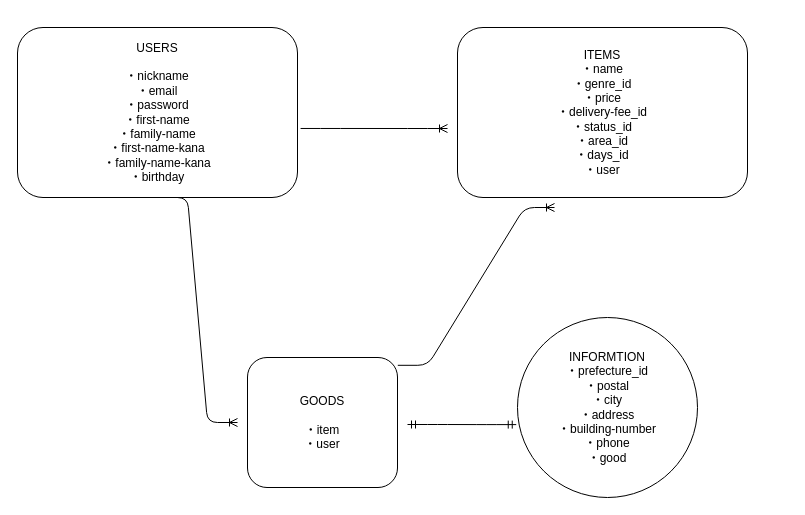
This is furima_app.drawio from shimo0321yuki/furima-28882, a draw.io file, before an edit. Source tidied: cells renumbered, new cells numbered last; positions are measured from the earlier drawing's top-left corner, leaving out a move shared by most shapes. Both pictures are drawn from the tidied source at 100%, with x=0, y=0 at pixel (17, 27).
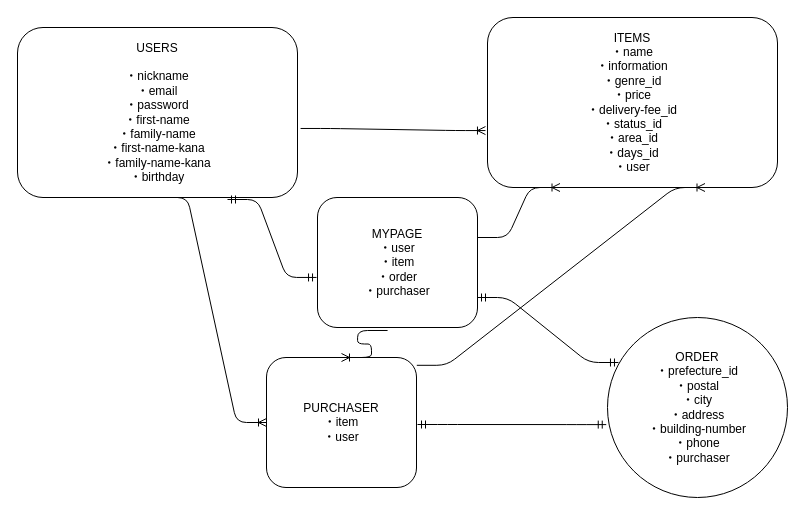
The same diagram, later.

Commit message:
furima_app.drawio を更新します

The edit, as a diff of the source:
```diff
@@
 <mxGraphModel>
   <root>
     <mxCell id="0" />
     <mxCell id="1" parent="0" />
-    <mxCell id="2" value="ITEMS&lt;br&gt;・name&lt;br&gt;・genre_id&lt;br&gt;・price&lt;br&gt;・delivery-fee_id&lt;br&gt;・status_id&lt;br&gt;・area_id&lt;br&gt;・days_id&lt;br&gt;・user" style="rounded=1;whiteSpace=wrap;html=1;" parent="1" vertex="1">
-      <mxGeometry x="440" width="290" height="170" as="geometry" />
+    <mxCell id="2" value="ITEMS&lt;br&gt;・name&lt;br&gt;・information&lt;br&gt;・genre_id&lt;br&gt;・price&lt;br&gt;・delivery-fee_id&lt;br&gt;・status_id&lt;br&gt;・area_id&lt;br&gt;・days_id&lt;br&gt;・user" style="rounded=1;whiteSpace=wrap;html=1;" parent="1" vertex="1">
+      <mxGeometry x="470" y="-10" width="290" height="170" as="geometry" />
     </mxCell>
     <mxCell id="3" value="USERS&lt;br&gt;&lt;br&gt;・nickname&lt;br&gt;・email&lt;br&gt;・password&lt;br&gt;・first-name&lt;br&gt;・family-name&lt;br&gt;・first-name-kana&lt;br&gt;・family-name-kana&lt;br&gt;・birthday" style="rounded=1;whiteSpace=wrap;html=1;" parent="1" vertex="1">
       <mxGeometry width="280" height="170" as="geometry" />
     </mxCell>
-    <mxCell id="4" value="INFORMTION&lt;br&gt;・prefecture_id&lt;br&gt;・postal&lt;br&gt;・city&lt;br&gt;・address&lt;br&gt;・building-number&lt;br&gt;・phone&lt;br&gt;・good" style="ellipse;whiteSpace=wrap;html=1;" parent="1" vertex="1">
-      <mxGeometry x="500" y="290" width="180" height="180" as="geometry" />
+    <mxCell id="4" value="ORDER&lt;br&gt;・prefecture_id&lt;br&gt;・postal&lt;br&gt;・city&lt;br&gt;・address&lt;br&gt;・building-number&lt;br&gt;・phone&lt;br&gt;・purchaser" style="ellipse;whiteSpace=wrap;html=1;" parent="1" vertex="1">
+      <mxGeometry x="590" y="290" width="180" height="180" as="geometry" />
     </mxCell>
-    <mxCell id="5" value="GOODS&lt;br&gt;&lt;br&gt;・item&lt;br&gt;・user" style="rounded=1;whiteSpace=wrap;html=1;" parent="1" vertex="1">
-      <mxGeometry x="230" y="330" width="150" height="130" as="geometry" />
+    <mxCell id="5" value="PURCHASER&lt;br&gt;・item&lt;br&gt;・user" style="rounded=1;whiteSpace=wrap;html=1;" parent="1" vertex="1">
+      <mxGeometry x="249" y="330" width="150" height="130" as="geometry" />
     </mxCell>
-    <mxCell id="6" style="edgeStyle=entityRelationEdgeStyle;fontSize=12;html=1;endArrow=ERoneToMany;exitX=1.011;exitY=0.594;exitDx=0;exitDy=0;exitPerimeter=0;" parent="1" edge="1" source="3">
-      <mxGeometry relative="1" as="geometry">
-        <mxPoint x="430" y="101" as="targetPoint" />
-      </mxGeometry>
+    <mxCell id="6" style="edgeStyle=entityRelationEdgeStyle;fontSize=12;html=1;endArrow=ERoneToMany;exitX=1.011;exitY=0.594;exitDx=0;exitDy=0;exitPerimeter=0;entryX=-0.007;entryY=0.665;entryDx=0;entryDy=0;entryPerimeter=0;" parent="1" edge="1" source="3" target="2">
+      <mxGeometry relative="1" as="geometry" />
     </mxCell>
     <mxCell id="7" style="edgeStyle=entityRelationEdgeStyle;fontSize=12;html=1;endArrow=ERmandOne;startArrow=ERmandOne;entryX=-0.007;entryY=0.595;entryDx=0;entryDy=0;entryPerimeter=0;" parent="1" edge="1" target="4">
       <mxGeometry relative="1" as="geometry">
-        <mxPoint x="390" y="397" as="sourcePoint" />
+        <mxPoint x="400" y="397" as="sourcePoint" />
       </mxGeometry>
     </mxCell>
-    <mxCell id="8" style="edgeStyle=entityRelationEdgeStyle;fontSize=12;html=1;endArrow=ERoneToMany;exitX=0.5;exitY=1;exitDx=0;exitDy=0;" parent="1" edge="1" source="3">
-      <mxGeometry relative="1" as="geometry">
-        <mxPoint x="220" y="395" as="targetPoint" />
-      </mxGeometry>
+    <mxCell id="8" style="edgeStyle=entityRelationEdgeStyle;fontSize=12;html=1;endArrow=ERoneToMany;exitX=0.5;exitY=1;exitDx=0;exitDy=0;entryX=0;entryY=0.5;entryDx=0;entryDy=0;" parent="1" edge="1" source="3" target="5">
+      <mxGeometry relative="1" as="geometry" />
     </mxCell>
-    <mxCell id="9" style="edgeStyle=entityRelationEdgeStyle;fontSize=12;html=1;endArrow=ERoneToMany;exitX=1.002;exitY=0.06;exitDx=0;exitDy=0;exitPerimeter=0;" parent="1" edge="1" source="5">
-      <mxGeometry relative="1" as="geometry">
-        <mxPoint x="537" y="180" as="targetPoint" />
-      </mxGeometry>
+    <mxCell id="9" style="edgeStyle=entityRelationEdgeStyle;fontSize=12;html=1;endArrow=ERoneToMany;exitX=1.002;exitY=0.06;exitDx=0;exitDy=0;exitPerimeter=0;entryX=0.75;entryY=1;entryDx=0;entryDy=0;" parent="1" edge="1" source="5" target="2">
+      <mxGeometry relative="1" as="geometry" />
     </mxCell>
+    <mxCell id="10" value="MYPAGE&lt;br&gt;・user&lt;br&gt;・item&lt;br&gt;・order&lt;br&gt;・purchaser" style="rounded=1;whiteSpace=wrap;html=1;" parent="1" vertex="1">
+      <mxGeometry x="300" y="170" width="160" height="130" as="geometry" />
+    </mxCell>
+    <mxCell id="11" style="edgeStyle=entityRelationEdgeStyle;fontSize=12;html=1;endArrow=ERmandOne;startArrow=ERmandOne;entryX=-0.006;entryY=0.615;entryDx=0;entryDy=0;entryPerimeter=0;" parent="1" edge="1" target="10">
+      <mxGeometry relative="1" as="geometry">
+        <mxPoint x="210" y="172" as="sourcePoint" />
+      </mxGeometry>
+    </mxCell>
+    <mxCell id="12" style="edgeStyle=entityRelationEdgeStyle;fontSize=12;html=1;endArrow=ERoneToMany;exitX=1.011;exitY=0.594;exitDx=0;exitDy=0;exitPerimeter=0;entryX=0.25;entryY=1;entryDx=0;entryDy=0;" parent="1" edge="1" target="2">
+      <mxGeometry relative="1" as="geometry">
+        <mxPoint x="460" y="210" as="sourcePoint" />
+      </mxGeometry>
+    </mxCell>
+    <mxCell id="13" style="edgeStyle=entityRelationEdgeStyle;fontSize=12;html=1;endArrow=ERmandOne;startArrow=ERmandOne;entryX=0.061;entryY=0.25;entryDx=0;entryDy=0;entryPerimeter=0;" parent="1" edge="1" target="4">
+      <mxGeometry relative="1" as="geometry">
+        <mxPoint x="460" y="270" as="sourcePoint" />
+      </mxGeometry>
+    </mxCell>
+    <mxCell id="14" style="edgeStyle=entityRelationEdgeStyle;fontSize=12;html=1;endArrow=ERoneToMany;exitX=0.438;exitY=1.023;exitDx=0;exitDy=0;exitPerimeter=0;entryX=0.5;entryY=0;entryDx=0;entryDy=0;" parent="1" edge="1" source="10" target="5">
+      <mxGeometry relative="1" as="geometry" />
+    </mxCell>
   </root>
 </mxGraphModel>
```
